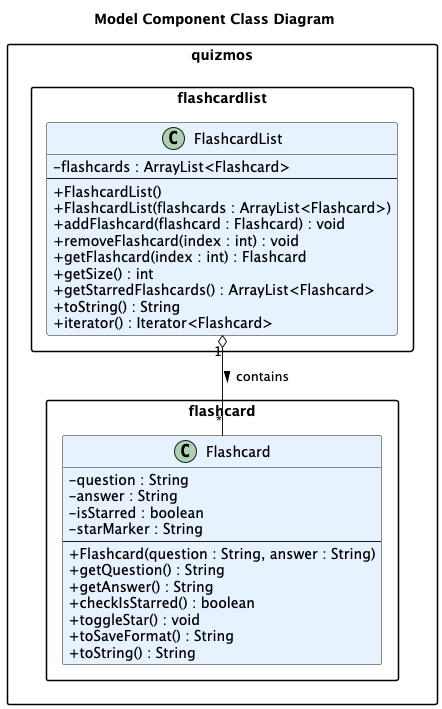
Before: docs/images/ModelComponent_ClassDiagram.png, a diagram exported from PlantUML (ashutoshalung/tp). The source it was exported from:
```plantuml
@startuml ModelComponent_ClassDiagram

title Model Component Class Diagram

skinparam classAttributeIconSize 0
skinparam classBackgroundColor #E6F3FF
skinparam packageStyle rectangle

package "quizmos.flashcard" {
    class Flashcard {
        - question : String
        - answer : String
        - isStarred : boolean
        - starMarker : String
        --
        + Flashcard(question : String, answer : String)
        + getQuestion() : String
        + getAnswer() : String
        + checkIsStarred() : boolean
        + toggleStar() : void
        + toSaveFormat() : String
        + toString() : String
    }
}

package "quizmos.flashcardlist" {
    class FlashcardList {
        - flashcards : ArrayList<Flashcard>
        --
        + FlashcardList()
        + FlashcardList(flashcards : ArrayList<Flashcard>)
        + addFlashcard(flashcard : Flashcard) : void
        + removeFlashcard(index : int) : void
        + getFlashcard(index : int) : Flashcard
        + getSize() : int
        + getStarredFlashcards() : ArrayList<Flashcard>
        + toString() : String
        + iterator() : Iterator<Flashcard>
    }
}

FlashcardList "1" o-- "*" Flashcard : contains >

@enduml
```
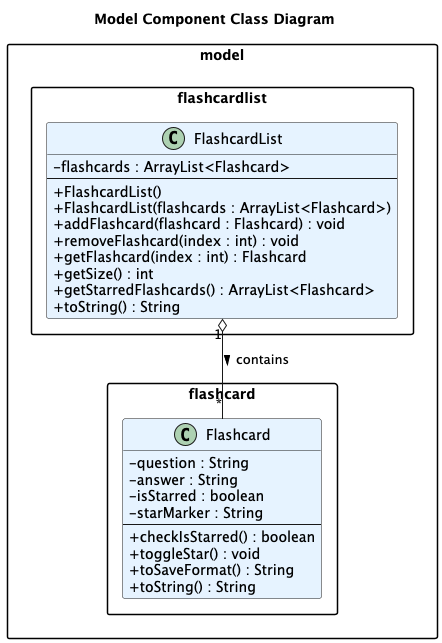
After the commit.

Commit message:
Fix DG class diagrams

What changed in the source:
```diff
@@ -6,16 +6,13 @@
 skinparam classBackgroundColor #E6F3FF
 skinparam packageStyle rectangle
 
-package "quizmos.flashcard" {
+package "model.flashcard" {
     class Flashcard {
         - question : String
         - answer : String
         - isStarred : boolean
         - starMarker : String
         --
-        + Flashcard(question : String, answer : String)
-        + getQuestion() : String
-        + getAnswer() : String
         + checkIsStarred() : boolean
         + toggleStar() : void
         + toSaveFormat() : String
@@ -23,7 +20,7 @@
     }
 }
 
-package "quizmos.flashcardlist" {
+package "model.flashcardlist" {
     class FlashcardList {
         - flashcards : ArrayList<Flashcard>
         --
@@ -35,7 +32,6 @@
         + getSize() : int
         + getStarredFlashcards() : ArrayList<Flashcard>
         + toString() : String
-        + iterator() : Iterator<Flashcard>
     }
 }
 
```
